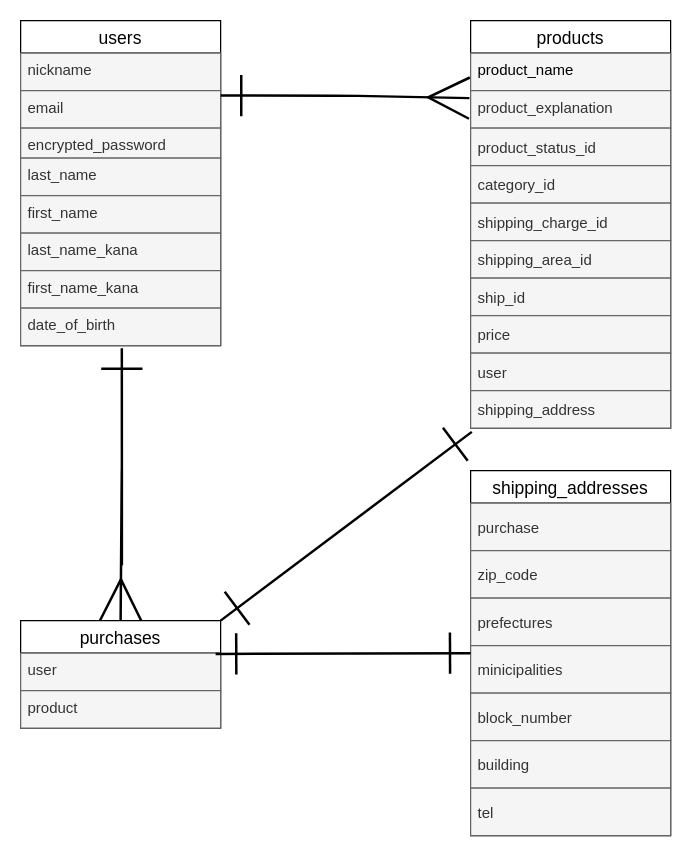
Earlier version of the draw.io diagram furimaER.dio (kujira3206/furima-36477). Source tidied: cells renumbered, new cells numbered last; positions are measured from the earlier drawing's top-left corner, leaving out a move shared by most shapes. Both pictures are drawn from the tidied source at 125%, with x=0, y=0 at pixel (20, 20).
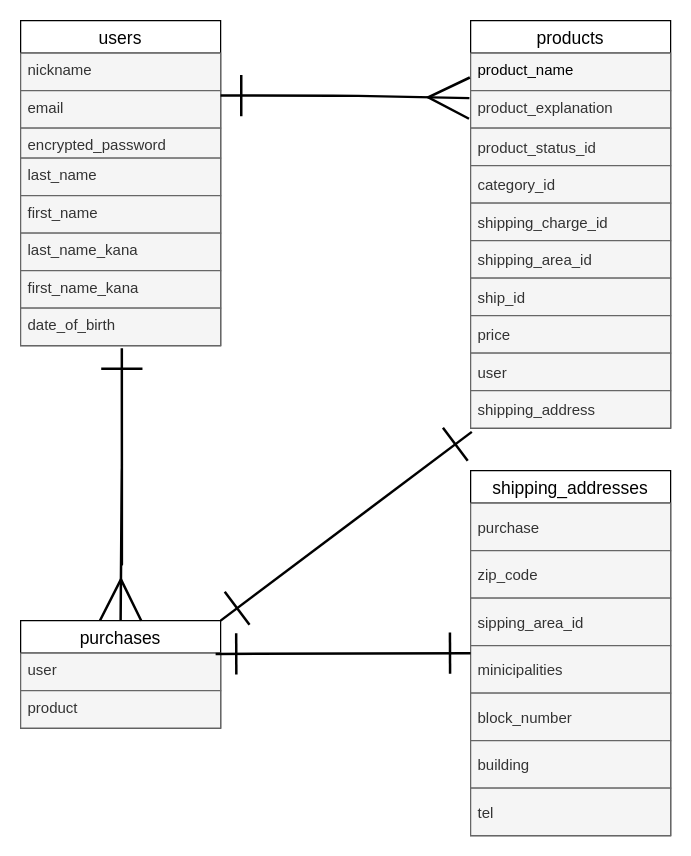
Above is the later version.

The change refers to these unchanged cells:
```xml
<mxCell id="29" value="shipping_addresses" style="swimlane;fontStyle=0;horizontal=1;startSize=26;align=center;fontSize=14;" parent="1" vertex="1">
  <mxGeometry x="360" y="360" width="160" height="292" as="geometry" />
</mxCell>
```

The edit, as a diff of the source:
```diff
@@
-    <mxCell id="32" value="prefectures" style="text;strokeColor=#666666;fillColor=#f5f5f5;spacingLeft=4;spacingRight=4;overflow=hidden;fontSize=12;verticalAlign=middle;fontColor=#333333;" parent="29" vertex="1">
+    <mxCell id="32" value="sipping_area_id" style="text;strokeColor=#666666;fillColor=#f5f5f5;spacingLeft=4;spacingRight=4;overflow=hidden;fontSize=12;verticalAlign=middle;fontColor=#333333;" parent="29" vertex="1">
       <mxGeometry y="102" width="160" height="38" as="geometry" />
     </mxCell>
```
